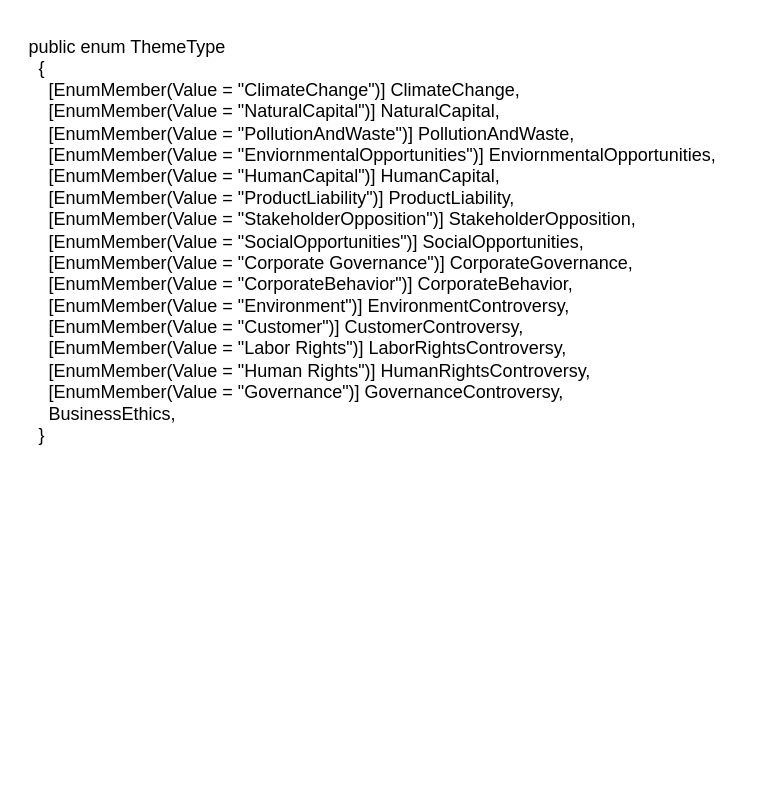
Ajijulhoque/PlusDocDesigns keeps this draw.io diagram as page "Enums" (3 of 4) of Untitled Diagram.drawio. Above is the earlier version. Source tidied: cells renumbered, new cells numbered last; positions are measured from the earlier drawing's top-left corner, leaving out a move shared by most shapes. Both pictures are drawn from the tidied source at 150%, with x=0, y=0 at pixel (26, 26).
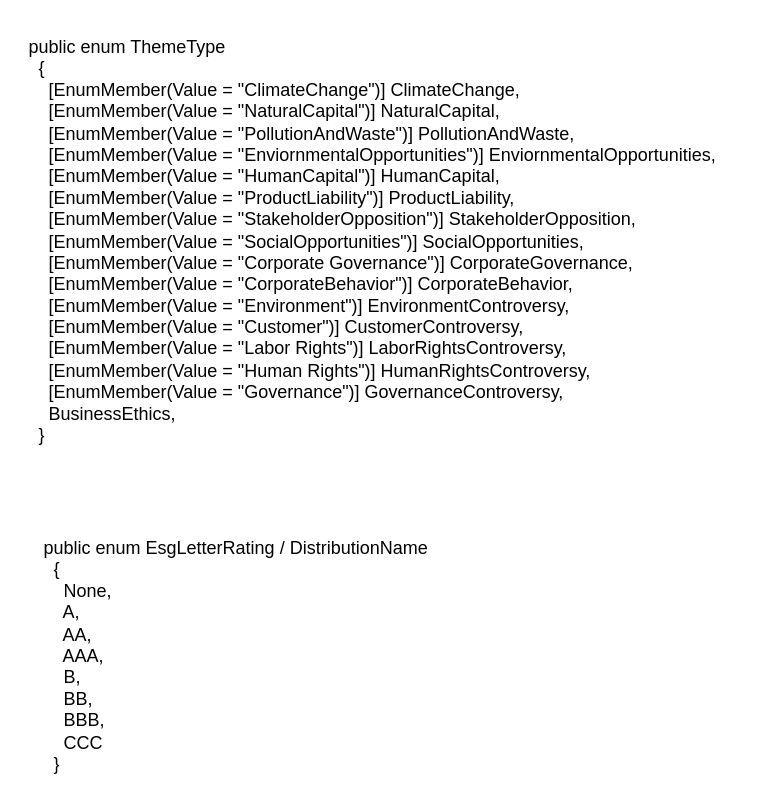
Above is the later version.

Commit message:
Added Sectors Model

The edit, as a diff of the source:
```diff
@@
 <mxGraphModel>
   <root>
     <mxCell id="0" />
     <mxCell id="1" parent="0" />
     <mxCell id="2" value="public enum ThemeType&#10;  {&#10;    [EnumMember(Value = &quot;ClimateChange&quot;)] ClimateChange,&#10;    [EnumMember(Value = &quot;NaturalCapital&quot;)] NaturalCapital,&#10;    [EnumMember(Value = &quot;PollutionAndWaste&quot;)] PollutionAndWaste,&#10;    [EnumMember(Value = &quot;EnviornmentalOpportunities&quot;)] EnviornmentalOpportunities,&#10;    [EnumMember(Value = &quot;HumanCapital&quot;)] HumanCapital,&#10;    [EnumMember(Value = &quot;ProductLiability&quot;)] ProductLiability,&#10;    [EnumMember(Value = &quot;StakeholderOpposition&quot;)] StakeholderOpposition,&#10;    [EnumMember(Value = &quot;SocialOpportunities&quot;)] SocialOpportunities,&#10;    [EnumMember(Value = &quot;Corporate Governance&quot;)] CorporateGovernance,&#10;    [EnumMember(Value = &quot;CorporateBehavior&quot;)] CorporateBehavior,&#10;    [EnumMember(Value = &quot;Environment&quot;)] EnvironmentControversy,&#10;    [EnumMember(Value = &quot;Customer&quot;)] CustomerControversy,&#10;    [EnumMember(Value = &quot;Labor Rights&quot;)] LaborRightsControversy,&#10;    [EnumMember(Value = &quot;Human Rights&quot;)] HumanRightsControversy,&#10;    [EnumMember(Value = &quot;Governance&quot;)] GovernanceControversy,&#10;    BusinessEthics,&#10;  }" style="text;whiteSpace=wrap;html=1;" parent="1" vertex="1">
       <mxGeometry width="480" height="280" as="geometry" />
     </mxCell>
+    <mxCell id="3" value="public enum EsgLetterRating / DistributionName&lt;br&gt;&amp;nbsp; {&lt;br&gt;&amp;nbsp; &amp;nbsp; None,&lt;br&gt;&amp;nbsp; &amp;nbsp; A,&lt;br&gt;&amp;nbsp; &amp;nbsp; AA,&lt;br&gt;&amp;nbsp; &amp;nbsp; AAA,&lt;br&gt;&amp;nbsp; &amp;nbsp; B,&lt;br&gt;&amp;nbsp; &amp;nbsp; BB,&lt;br&gt;&amp;nbsp; &amp;nbsp; BBB,&lt;br&gt;&amp;nbsp; &amp;nbsp; CCC&lt;br&gt;&amp;nbsp; }" style="text;whiteSpace=wrap;html=1;" parent="1" vertex="1">
+      <mxGeometry x="10" y="334" width="360" height="170" as="geometry" />
+    </mxCell>
   </root>
 </mxGraphModel>
```
